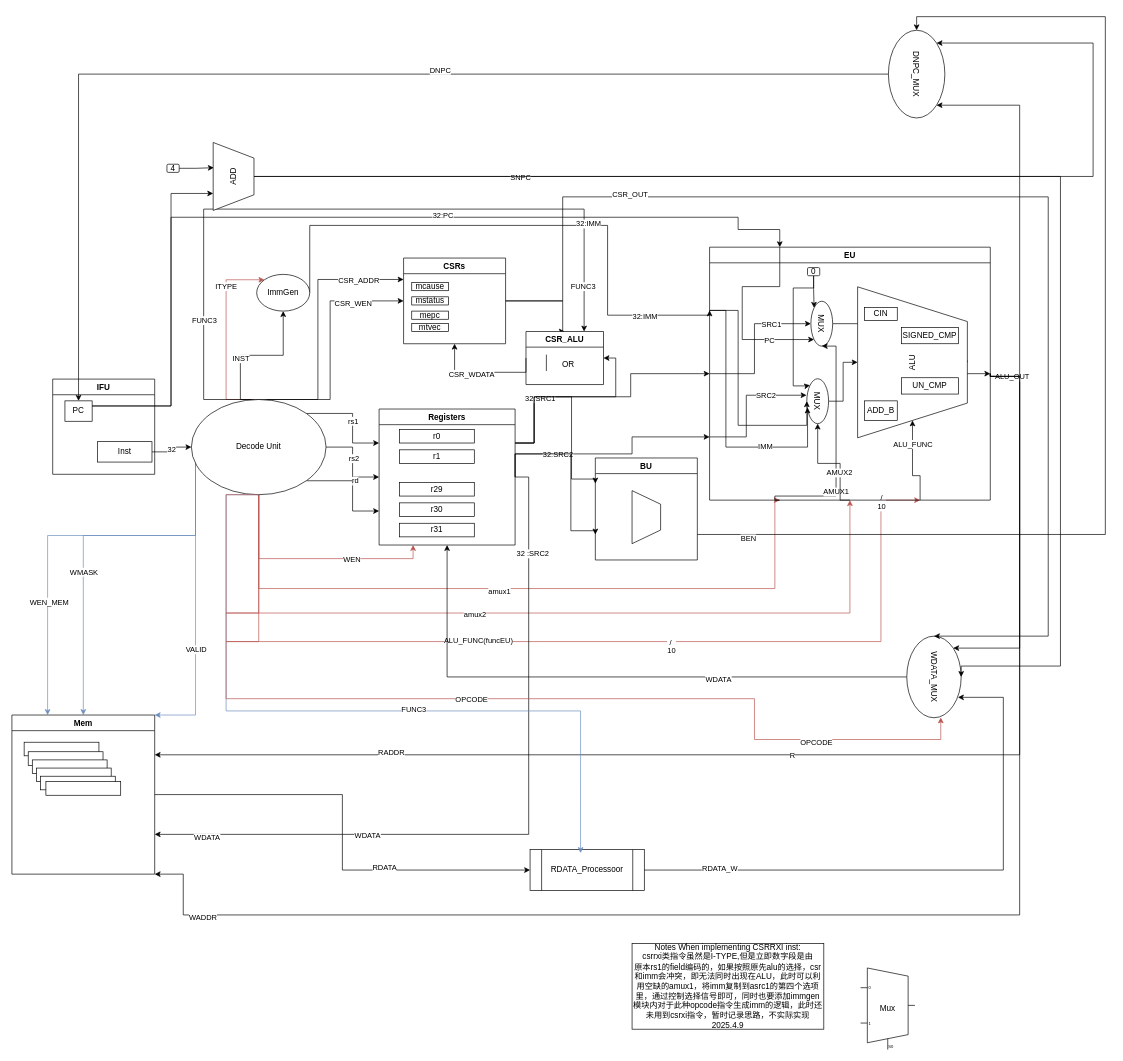
This is page "第 1 页" (1 of 3) of cpu.drawio from rand-kcs/cpu-design, a draw.io file, before an edit. Source tidied: cells renumbered, new cells numbered last; positions are measured from the earlier drawing's top-left corner, leaving out a move shared by most shapes. Both pictures are drawn from the tidied source at 68%, with x=0, y=0 at pixel (12, 16).
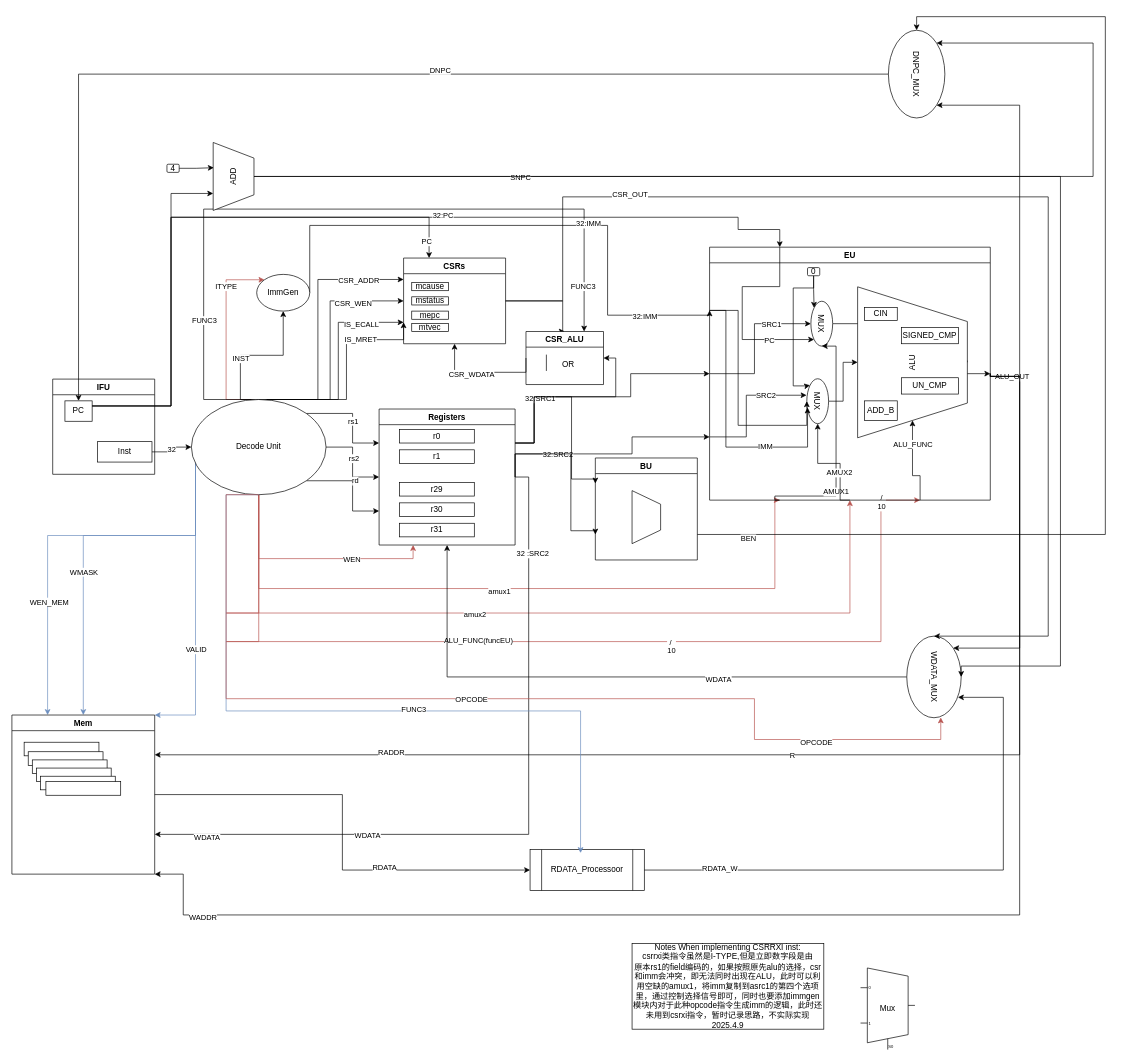
Above is the later version.

Commit message:
更新CSR_UNIT

Unchanged cells that the change refers to:
```xml
<mxCell id="3" value="PC" style="rounded=0;whiteSpace=wrap;html=1;" parent="2" vertex="1">
  <mxGeometry x="18" y="32" width="40" height="30" as="geometry" />
</mxCell>
<mxCell id="38" value="Decode Unit" style="ellipse;whiteSpace=wrap;html=1;" parent="1" vertex="1">
  <mxGeometry x="264" y="563" width="198" height="140" as="geometry" />
</mxCell>
<mxCell id="138" value="CSRs" style="swimlane;whiteSpace=wrap;html=1;" parent="1" vertex="1">
  <mxGeometry x="576" y="355" width="150" height="126" as="geometry" />
</mxCell>
```

What changed in the source:
```diff
@@
+    <mxCell id="149" style="edgeStyle=orthogonalEdgeStyle;rounded=0;jettySize=auto;html=1;exitX=0.5;exitY=0;exitDx=0;exitDy=0;entryX=0;entryY=0.75;entryDx=0;entryDy=0;" parent="1" edge="1" source="38" target="138">
+      <mxGeometry relative="1" as="geometry">
+        <Array as="points">
+          <mxPoint x="480" y="563" />
+          <mxPoint x="480" y="450" />
+        </Array>
+      </mxGeometry>
+    </mxCell>
+    <mxCell id="150" value="IS_ECALL" style="edgeLabel;html=1;align=center;verticalAlign=middle;" parent="149" vertex="1">
+      <mxGeometry x="0.62" y="-3" relative="1" as="geometry" />
+    </mxCell>
+    <mxCell id="151" style="edgeStyle=orthogonalEdgeStyle;rounded=0;jettySize=auto;html=1;exitX=0.5;exitY=0;exitDx=0;exitDy=0;entryX=0;entryY=0.75;entryDx=0;entryDy=0;" parent="1" edge="1" source="38" target="138">
+      <mxGeometry relative="1" as="geometry">
+        <Array as="points">
+          <mxPoint x="492" y="563" />
+          <mxPoint x="492" y="475" />
+          <mxPoint x="576" y="475" />
+        </Array>
+      </mxGeometry>
+    </mxCell>
+    <mxCell id="152" value="IS_MRET" style="edgeLabel;html=1;align=center;verticalAlign=middle;" parent="151" vertex="1">
+      <mxGeometry x="0.45" y="1" relative="1" as="geometry" />
+    </mxCell>
@@
+    <mxCell id="153" style="edgeStyle=orthogonalEdgeStyle;rounded=0;jettySize=auto;html=1;exitX=1;exitY=0.25;exitDx=0;exitDy=0;entryX=0.25;entryY=0;entryDx=0;entryDy=0;" parent="1" edge="1" source="3" target="138">
+      <mxGeometry relative="1" as="geometry">
+        <Array as="points">
+          <mxPoint x="234" y="573" />
+          <mxPoint x="234" y="295" />
+          <mxPoint x="614" y="295" />
+        </Array>
+      </mxGeometry>
+    </mxCell>
+    <mxCell id="154" value="PC" style="edgeLabel;html=1;align=center;verticalAlign=middle;" parent="153" vertex="1">
+      <mxGeometry x="0.94" y="-4" relative="1" as="geometry" />
+    </mxCell>
```
